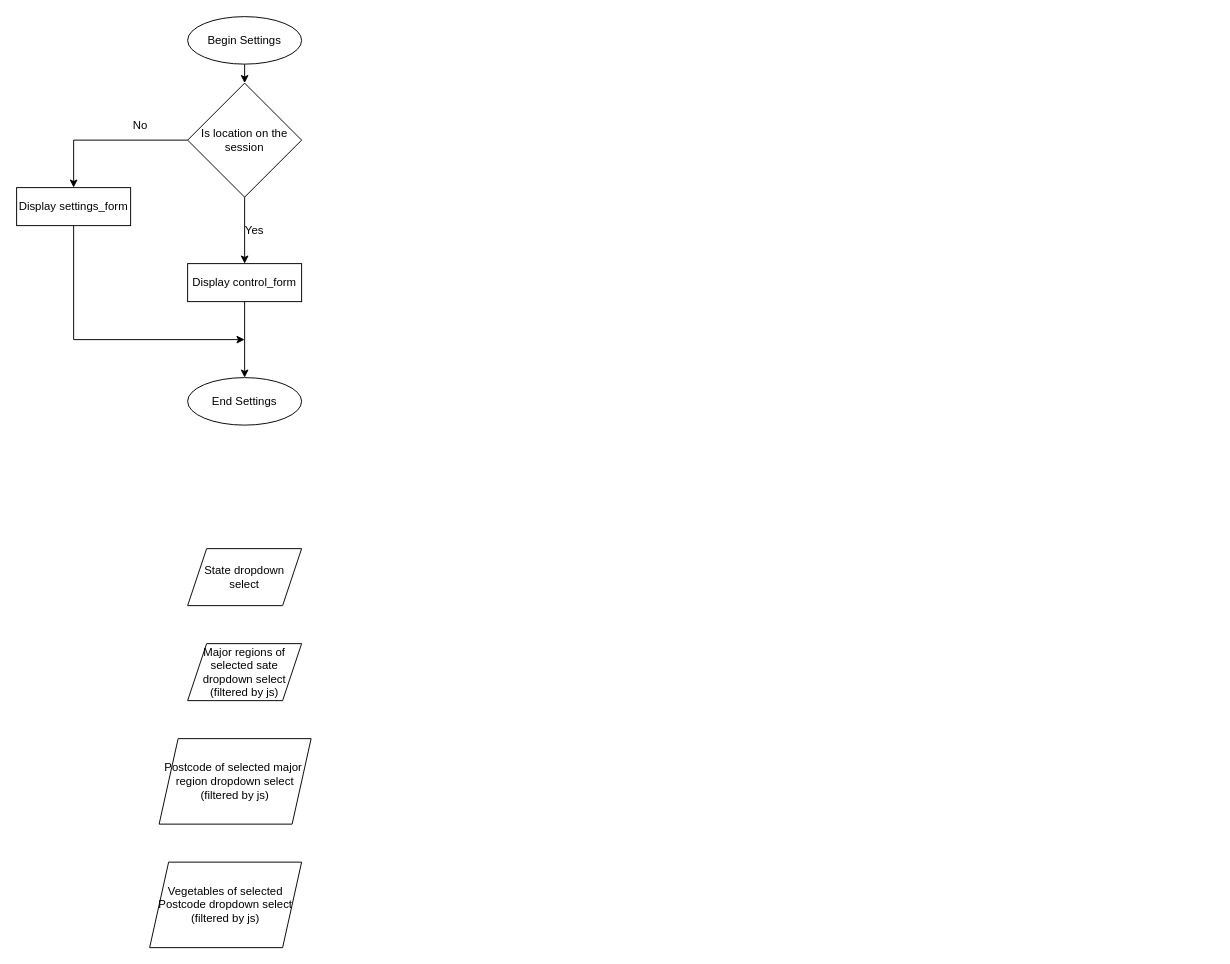
The draw.io diagram Smart_irrigation.drawio in GeorginaFox/at1, before the edit. Source tidied: cells renumbered, new cells numbered last; positions are measured from the earlier drawing's top-left corner, leaving out a move shared by most shapes. Both pictures are drawn from the tidied source at 95%, with x=0, y=0 at pixel (16, 16).
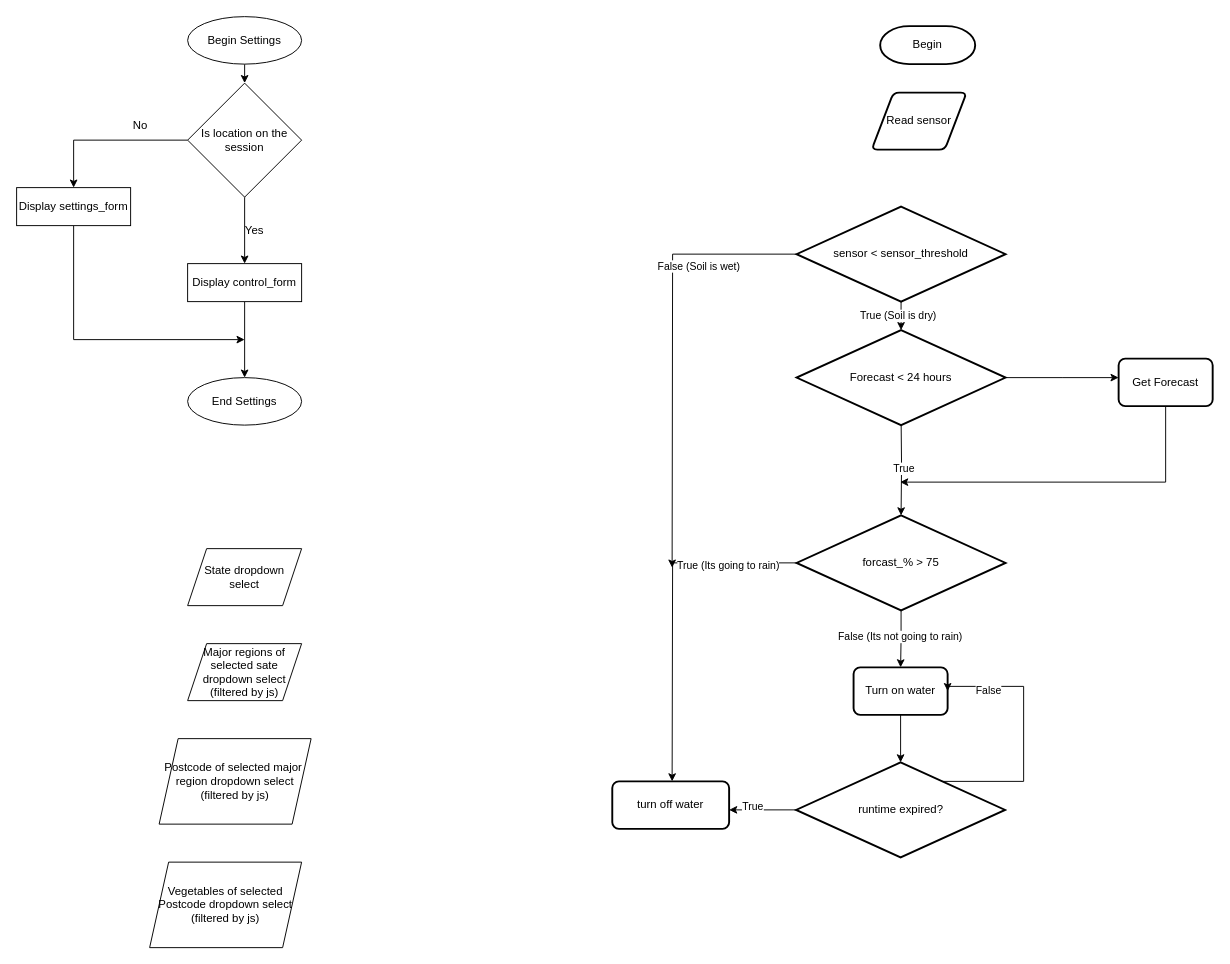
Above is the later version.

Change to the diagram source:
```diff
@@
+    <mxCell id="18" value="Read sensor" style="shape=parallelogram;html=1;strokeWidth=2;perimeter=parallelogramPerimeter;whiteSpace=wrap;rounded=1;arcSize=12;size=0.23;" parent="1" vertex="1">
+      <mxGeometry x="900" y="80" width="100" height="60" as="geometry" />
+    </mxCell>
+    <mxCell id="19" style="edgeStyle=orthogonalEdgeStyle;rounded=0;jettySize=auto;html=1;exitX=0;exitY=0.5;exitDx=0;exitDy=0;exitPerimeter=0;" parent="1" edge="1" source="21">
+      <mxGeometry relative="1" as="geometry">
+        <mxPoint x="690" y="580" as="targetPoint" />
+      </mxGeometry>
+    </mxCell>
+    <mxCell id="20" value="False (Soil is wet)" style="edgeLabel;html=1;align=center;verticalAlign=middle;" parent="19" vertex="1">
+      <mxGeometry x="-0.37" y="2" relative="1" as="geometry">
+        <mxPoint x="25" y="-2" as="offset" />
+      </mxGeometry>
+    </mxCell>
+    <mxCell id="21" value="sensor &amp;lt; sensor_threshold" style="strokeWidth=2;html=1;shape=mxgraph.flowchart.decision;whiteSpace=wrap;" parent="1" vertex="1">
+      <mxGeometry x="821" y="200" width="220" height="100" as="geometry" />
+    </mxCell>
+    <mxCell id="22" style="edgeStyle=orthogonalEdgeStyle;rounded=0;jettySize=auto;html=1;exitX=0;exitY=0.5;exitDx=0;exitDy=0;exitPerimeter=0;" parent="1" edge="1" source="26">
+      <mxGeometry relative="1" as="geometry">
+        <mxPoint x="690" y="805" as="targetPoint" />
+      </mxGeometry>
+    </mxCell>
+    <mxCell id="23" value="True (Its going to rain)" style="edgeLabel;html=1;align=center;verticalAlign=middle;" parent="22" vertex="1">
+      <mxGeometry x="-0.59" y="2" relative="1" as="geometry">
+        <mxPoint x="1" as="offset" />
+      </mxGeometry>
+    </mxCell>
+    <mxCell id="24" style="edgeStyle=orthogonalEdgeStyle;rounded=0;jettySize=auto;html=1;exitX=0.5;exitY=1;exitDx=0;exitDy=0;exitPerimeter=0;entryX=0.5;entryY=0;entryDx=0;entryDy=0;" parent="1" edge="1" source="26" target="27">
+      <mxGeometry relative="1" as="geometry" />
+    </mxCell>
+    <mxCell id="25" value="False (Its not going to rain)" style="edgeLabel;html=1;align=center;verticalAlign=middle;" parent="24" vertex="1">
+      <mxGeometry x="-0.1" y="-2" relative="1" as="geometry" />
+    </mxCell>
+    <mxCell id="26" value="forcast_% &amp;gt; 75" style="strokeWidth=2;html=1;shape=mxgraph.flowchart.decision;whiteSpace=wrap;" parent="1" vertex="1">
+      <mxGeometry x="821" y="525" width="220" height="100" as="geometry" />
+    </mxCell>
+    <mxCell id="27" value="Turn on water" style="rounded=1;whiteSpace=wrap;html=1;absoluteArcSize=1;arcSize=14;strokeWidth=2;" parent="1" vertex="1">
+      <mxGeometry x="881" y="685" width="99" height="50" as="geometry" />
+    </mxCell>
+    <mxCell id="28" value="turn off water" style="rounded=1;whiteSpace=wrap;html=1;absoluteArcSize=1;arcSize=14;strokeWidth=2;" parent="1" vertex="1">
+      <mxGeometry x="627" y="805" width="123" height="50" as="geometry" />
+    </mxCell>
+    <mxCell id="29" style="edgeStyle=orthogonalEdgeStyle;rounded=0;jettySize=auto;html=1;exitX=0;exitY=0.5;exitDx=0;exitDy=0;exitPerimeter=0;entryX=1;entryY=0.5;entryDx=0;entryDy=0;" parent="1" edge="1" source="33">
+      <mxGeometry relative="1" as="geometry">
+        <mxPoint x="750" y="835" as="targetPoint" />
+      </mxGeometry>
+    </mxCell>
+    <mxCell id="30" value="True" style="edgeLabel;html=1;align=center;verticalAlign=middle;" parent="29" vertex="1">
+      <mxGeometry x="0.31" y="-4" relative="1" as="geometry" />
+    </mxCell>
+    <mxCell id="31" style="edgeStyle=orthogonalEdgeStyle;rounded=0;jettySize=auto;html=1;exitX=0.5;exitY=1;exitDx=0;exitDy=0;exitPerimeter=0;entryX=1;entryY=0.5;entryDx=0;entryDy=0;" parent="1" edge="1" source="33" target="27">
+      <mxGeometry relative="1" as="geometry">
+        <Array as="points">
+          <mxPoint x="930" y="805" />
+          <mxPoint x="1060" y="805" />
+          <mxPoint x="1060" y="705" />
+          <mxPoint x="980" y="705" />
+        </Array>
+      </mxGeometry>
+    </mxCell>
+    <mxCell id="32" value="False" style="edgeLabel;html=1;align=center;verticalAlign=middle;" parent="31" vertex="1">
+      <mxGeometry x="-0.13" y="1" relative="1" as="geometry">
+        <mxPoint y="-96" as="offset" />
+      </mxGeometry>
+    </mxCell>
+    <mxCell id="33" value="runtime expired?" style="strokeWidth=2;html=1;shape=mxgraph.flowchart.decision;whiteSpace=wrap;" parent="1" vertex="1">
+      <mxGeometry x="820.5" y="785" width="220" height="100" as="geometry" />
+    </mxCell>
+    <mxCell id="34" style="edgeStyle=orthogonalEdgeStyle;rounded=0;jettySize=auto;html=1;exitX=0.5;exitY=1;exitDx=0;exitDy=0;exitPerimeter=0;entryX=0.5;entryY=0;entryDx=0;entryDy=0;entryPerimeter=0;" parent="1" edge="1" target="26">
+      <mxGeometry relative="1" as="geometry">
+        <mxPoint x="931" y="420" as="sourcePoint" />
+      </mxGeometry>
+    </mxCell>
+    <mxCell id="35" value="True" style="edgeLabel;html=1;align=center;verticalAlign=middle;" parent="34" vertex="1">
+      <mxGeometry x="0.04" y="2" relative="1" as="geometry">
+        <mxPoint y="1" as="offset" />
+      </mxGeometry>
+    </mxCell>
+    <mxCell id="36" style="edgeStyle=orthogonalEdgeStyle;rounded=0;jettySize=auto;html=1;exitX=0.5;exitY=1;exitDx=0;exitDy=0;entryX=0.5;entryY=0;entryDx=0;entryDy=0;entryPerimeter=0;" parent="1" edge="1" source="27" target="33">
+      <mxGeometry relative="1" as="geometry" />
+    </mxCell>
+    <mxCell id="37" value="Begin" style="strokeWidth=2;html=1;shape=mxgraph.flowchart.terminator;whiteSpace=wrap;" parent="1" vertex="1">
+      <mxGeometry x="909" y="10" width="100" height="40" as="geometry" />
+    </mxCell>
+    <mxCell id="38" style="edgeStyle=orthogonalEdgeStyle;rounded=0;jettySize=auto;html=1;exitX=1;exitY=0.5;exitDx=0;exitDy=0;exitPerimeter=0;" parent="1" edge="1" source="39">
+      <mxGeometry relative="1" as="geometry">
+        <mxPoint x="1160" y="380" as="targetPoint" />
+      </mxGeometry>
+    </mxCell>
+    <mxCell id="39" value="Forecast &amp;lt; 24 hours" style="strokeWidth=2;html=1;shape=mxgraph.flowchart.decision;whiteSpace=wrap;" parent="1" vertex="1">
+      <mxGeometry x="821" y="330" width="220" height="100" as="geometry" />
+    </mxCell>
+    <mxCell id="40" style="edgeStyle=orthogonalEdgeStyle;rounded=0;jettySize=auto;html=1;exitX=0.5;exitY=1;exitDx=0;exitDy=0;exitPerimeter=0;entryX=0.5;entryY=0;entryDx=0;entryDy=0;entryPerimeter=0;" parent="1" edge="1" source="21" target="39">
+      <mxGeometry relative="1" as="geometry" />
+    </mxCell>
+    <mxCell id="41" value="True (Soil is dry)" style="edgeLabel;html=1;align=center;verticalAlign=middle;" parent="40" vertex="1">
+      <mxGeometry x="-0.02" y="-4" relative="1" as="geometry">
+        <mxPoint y="-1" as="offset" />
+      </mxGeometry>
+    </mxCell>
+    <mxCell id="42" style="edgeStyle=orthogonalEdgeStyle;rounded=0;jettySize=auto;html=1;exitX=0.5;exitY=1;exitDx=0;exitDy=0;" parent="1" edge="1" source="43">
+      <mxGeometry relative="1" as="geometry">
+        <mxPoint x="930" y="490" as="targetPoint" />
+        <Array as="points">
+          <mxPoint x="1210" y="490" />
+        </Array>
+      </mxGeometry>
+    </mxCell>
+    <mxCell id="43" value="Get Forecast" style="rounded=1;whiteSpace=wrap;html=1;absoluteArcSize=1;arcSize=14;strokeWidth=2;" parent="1" vertex="1">
+      <mxGeometry x="1160" y="360" width="99" height="50" as="geometry" />
+    </mxCell>
```
